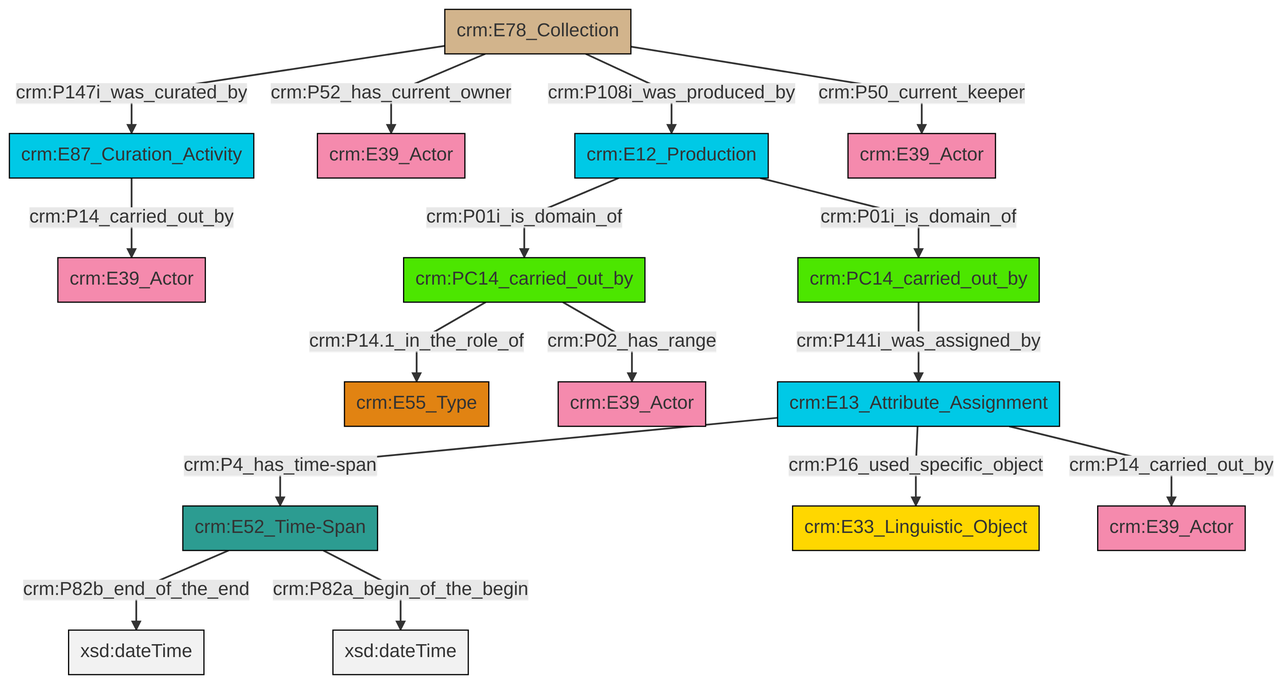
swiss-art-research-net/docs.swissartresearch keeps this Mermaid diagram as et/archivalCSV/ttl/mmd/png/archival_relation.png. Above is the earlier version. Its source is kept beside it as et/archivalCSV/ttl/mmd/archival_relation.ttl.mmd.
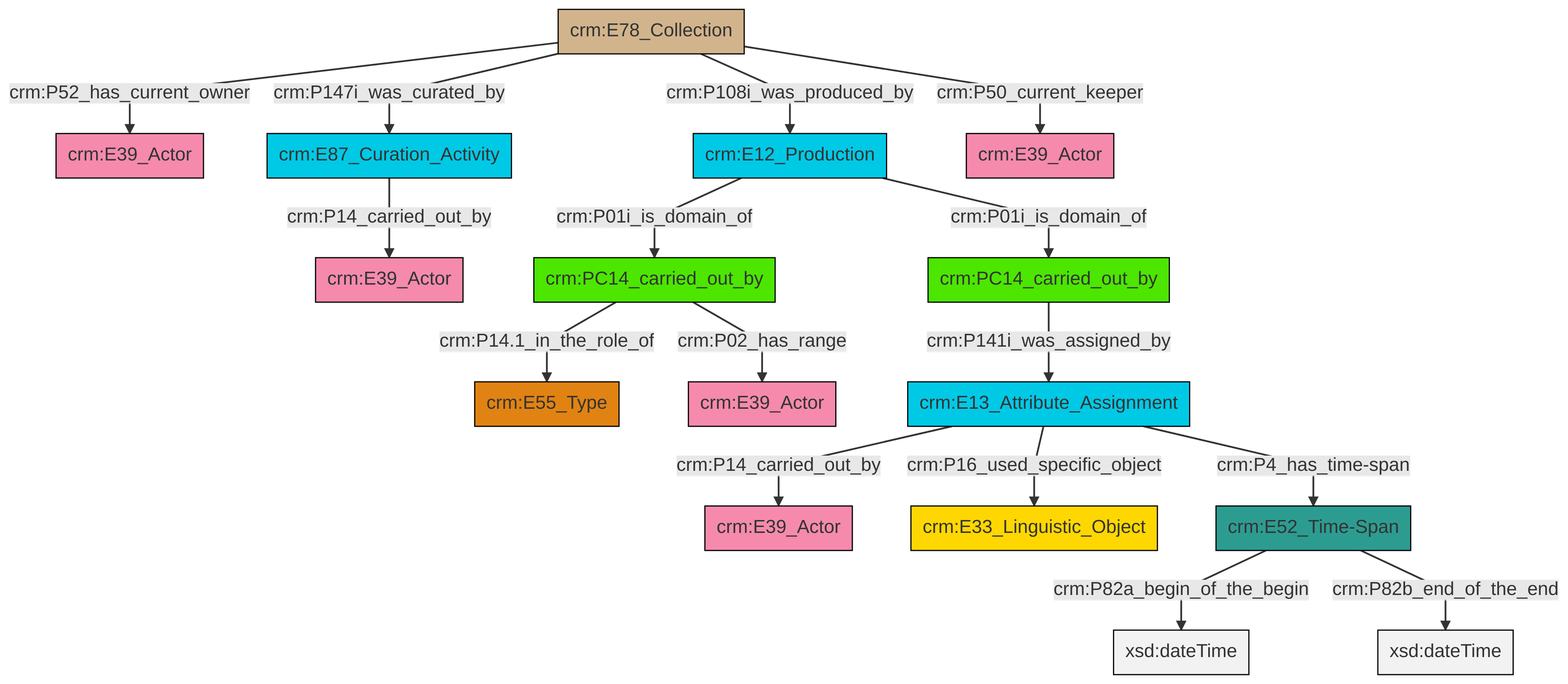
Above is the later version.

Diff of the diagram source:
```diff
@@ -13,18 +13,18 @@
 classDef PC_Classes fill:#4ce600, stroke:#000000;
 classDef Multi fill:#cccccc,stroke:#000000;
 
-8["crm:E78_Collection"]:::Physical_Thing -->|crm:P147i_was_curated_by| 9["crm:E87_Curation_Activity"]:::Temporal_Entity
-9["crm:E87_Curation_Activity"]:::Temporal_Entity -->|crm:P14_carried_out_by| 10["crm:E39_Actor"]:::Actor
-13["crm:E12_Production"]:::Temporal_Entity -->|crm:P01i_is_domain_of| 6["crm:PC14_carried_out_by"]:::PC_Classes
-21["crm:PC14_carried_out_by"]:::PC_Classes -->|crm:P141i_was_assigned_by| 4["crm:E13_Attribute_Assignment"]:::Temporal_Entity
-22["crm:E52_Time-Span"]:::Time-Span -->|crm:P82b_end_of_the_end| 23[xsd:dateTime]:::Literal
-6["crm:PC14_carried_out_by"]:::PC_Classes -->|crm:P14.1_in_the_role_of| 11["crm:E55_Type"]:::Type
-4["crm:E13_Attribute_Assignment"]:::Temporal_Entity -->|crm:P4_has_time-span| 22["crm:E52_Time-Span"]:::Time-Span
-8["crm:E78_Collection"]:::Physical_Thing -->|crm:P52_has_current_owner| 19["crm:E39_Actor"]:::Actor
-8["crm:E78_Collection"]:::Physical_Thing -->|crm:P108i_was_produced_by| 13["crm:E12_Production"]:::Temporal_Entity
-13["crm:E12_Production"]:::Temporal_Entity -->|crm:P01i_is_domain_of| 21["crm:PC14_carried_out_by"]:::PC_Classes
-4["crm:E13_Attribute_Assignment"]:::Temporal_Entity -->|crm:P16_used_specific_object| 17["crm:E33_Linguistic_Object"]:::Conceptual_Object
-4["crm:E13_Attribute_Assignment"]:::Temporal_Entity -->|crm:P14_carried_out_by| 14["crm:E39_Actor"]:::Actor
-22["crm:E52_Time-Span"]:::Time-Span -->|crm:P82a_begin_of_the_begin| 28[xsd:dateTime]:::Literal
-6["crm:PC14_carried_out_by"]:::PC_Classes -->|crm:P02_has_range| 0["crm:E39_Actor"]:::Actor
-8["crm:E78_Collection"]:::Physical_Thing -->|crm:P50_current_keeper| 2["crm:E39_Actor"]:::Actor
+0["crm:E13_Attribute_Assignment"]:::Temporal_Entity -->|crm:P14_carried_out_by| 1["crm:E39_Actor"]:::Actor
+2["crm:E12_Production"]:::Temporal_Entity -->|crm:P01i_is_domain_of| 3["crm:PC14_carried_out_by"]:::PC_Classes
+7["crm:E78_Collection"]:::Physical_Thing -->|crm:P52_has_current_owner| 8["crm:E39_Actor"]:::Actor
+7["crm:E78_Collection"]:::Physical_Thing -->|crm:P147i_was_curated_by| 14["crm:E87_Curation_Activity"]:::Temporal_Entity
+7["crm:E78_Collection"]:::Physical_Thing -->|crm:P108i_was_produced_by| 2["crm:E12_Production"]:::Temporal_Entity
+3["crm:PC14_carried_out_by"]:::PC_Classes -->|crm:P14.1_in_the_role_of| 12["crm:E55_Type"]:::Type
+0["crm:E13_Attribute_Assignment"]:::Temporal_Entity -->|crm:P16_used_specific_object| 17["crm:E33_Linguistic_Object"]:::Conceptual_Object
+2["crm:E12_Production"]:::Temporal_Entity -->|crm:P01i_is_domain_of| 19["crm:PC14_carried_out_by"]:::PC_Classes
+14["crm:E87_Curation_Activity"]:::Temporal_Entity -->|crm:P14_carried_out_by| 15["crm:E39_Actor"]:::Actor
+3["crm:PC14_carried_out_by"]:::PC_Classes -->|crm:P02_has_range| 10["crm:E39_Actor"]:::Actor
+0["crm:E13_Attribute_Assignment"]:::Temporal_Entity -->|crm:P4_has_time-span| 5["crm:E52_Time-Span"]:::Time-Span
+5["crm:E52_Time-Span"]:::Time-Span -->|crm:P82a_begin_of_the_begin| 26[xsd:dateTime]:::Literal
+7["crm:E78_Collection"]:::Physical_Thing -->|crm:P50_current_keeper| 27["crm:E39_Actor"]:::Actor
+5["crm:E52_Time-Span"]:::Time-Span -->|crm:P82b_end_of_the_end| 29[xsd:dateTime]:::Literal
+19["crm:PC14_carried_out_by"]:::PC_Classes -->|crm:P141i_was_assigned_by| 0["crm:E13_Attribute_Assignment"]:::Temporal_Entity
```
